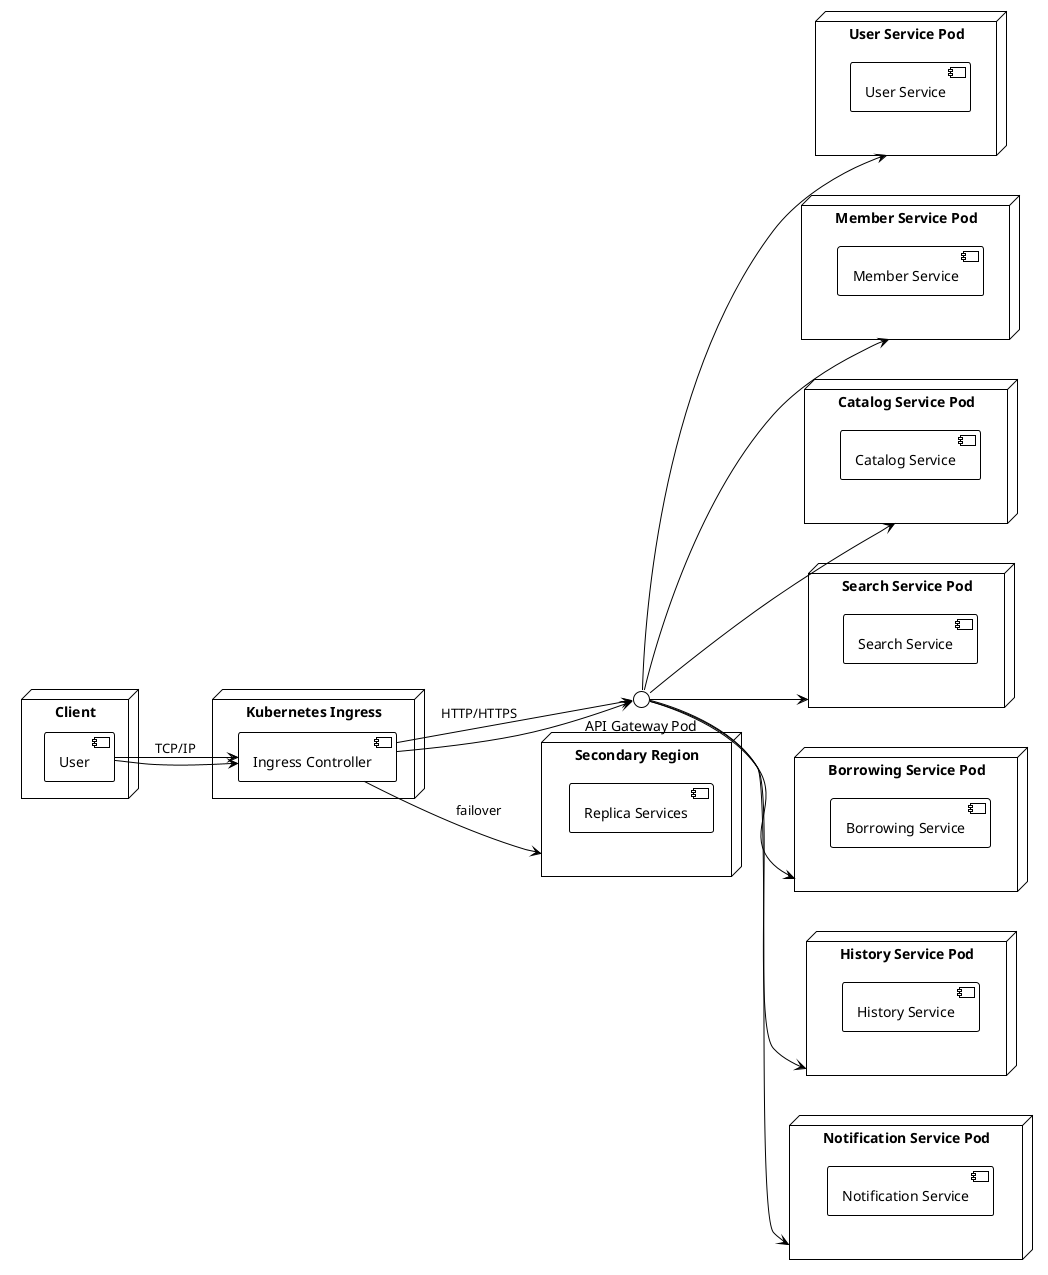
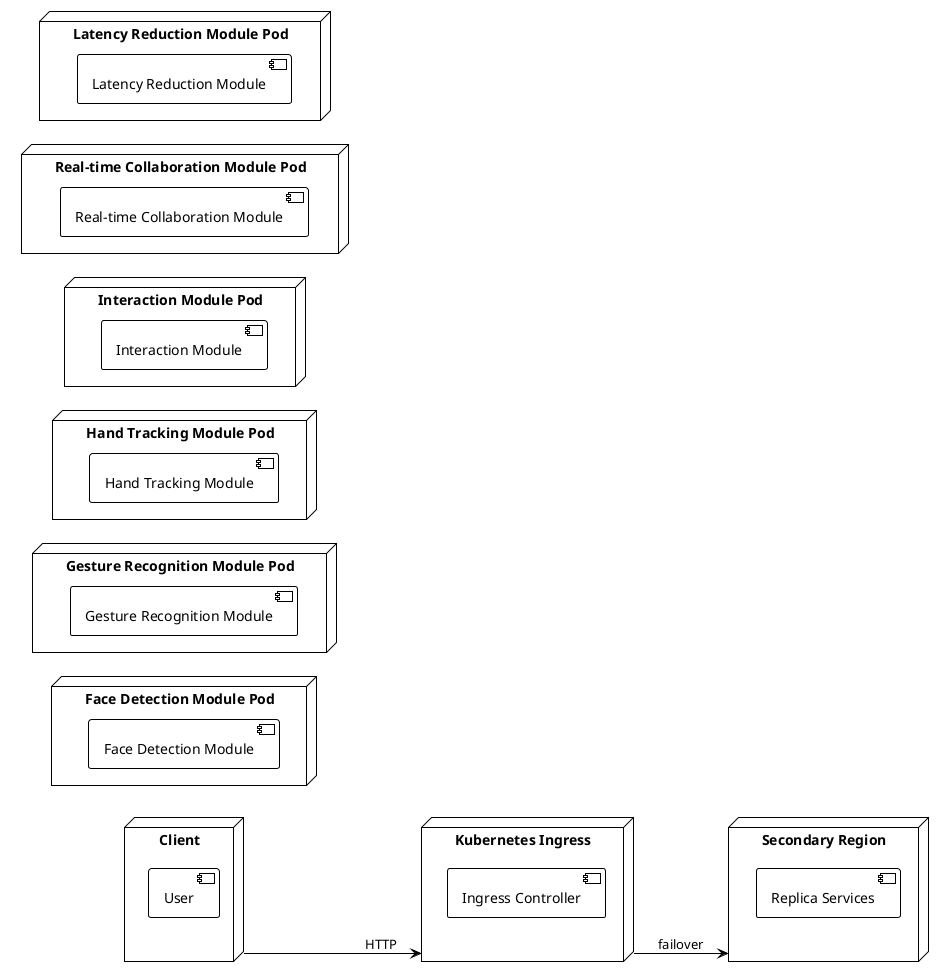
@startuml
!theme plain
left to right direction
node "Client" {
  component "User"
}
- node "Kubernetes Ingress" {
+ node "Kubernetes Ingress" as IngressController {
  component "Ingress Controller"
}
- node "User Service Pod" {
-   component "User Service"
+ node "Face Detection Module Pod" as FaceDetectionModulePod {
+   component "Face Detection Module"
}
- node "Member Service Pod" {
-   component "Member Service"
+ node "Gesture Recognition Module Pod" as GestureRecognitionModulePod {
+   component "Gesture Recognition Module"
}
- node "Catalog Service Pod" {
-   component "Catalog Service"
+ node "Hand Tracking Module Pod" as HandTrackingModulePod {
+   component "Hand Tracking Module"
}
- node "Search Service Pod" {
-   component "Search Service"
+ node "Interaction Module Pod" as InteractionModulePod {
+   component "Interaction Module"
}
- node "Borrowing Service Pod" {
-   component "Borrowing Service"
+ node "Real-time Collaboration Module Pod" as RealtimeCollaborationModulePod {
+   component "Real-time Collaboration Module"
}
- node "History Service Pod" {
-   component "History Service"
+ node "Latency Reduction Module Pod" as LatencyReductionModulePod {
+   component "Latency Reduction Module"
}
- node "Notification Service Pod" {
-   component "Notification Service"
- }
- "User" --> "Ingress Controller" : TCP/IP
- "Ingress Controller" --> "API Gateway Pod" : HTTP/HTTPS
- "User" --> "Ingress Controller"
- "Ingress Controller" --> "API Gateway Pod"
- "API Gateway Pod" --> "User Service Pod"
- "API Gateway Pod" --> "Member Service Pod"
- "API Gateway Pod" --> "Catalog Service Pod"
- "API Gateway Pod" --> "Search Service Pod"
- "API Gateway Pod" --> "Borrowing Service Pod"
- "API Gateway Pod" --> "History Service Pod"
- "API Gateway Pod" --> "Notification Service Pod"
- node "Secondary Region" {
+ Client --> IngressController : HTTP
+ node "Secondary Region" as SecondaryRegion {
  component "Replica Services"
}
- "Ingress Controller" --> "Secondary Region" : failover
+ IngressController --> SecondaryRegion : failover
@enduml